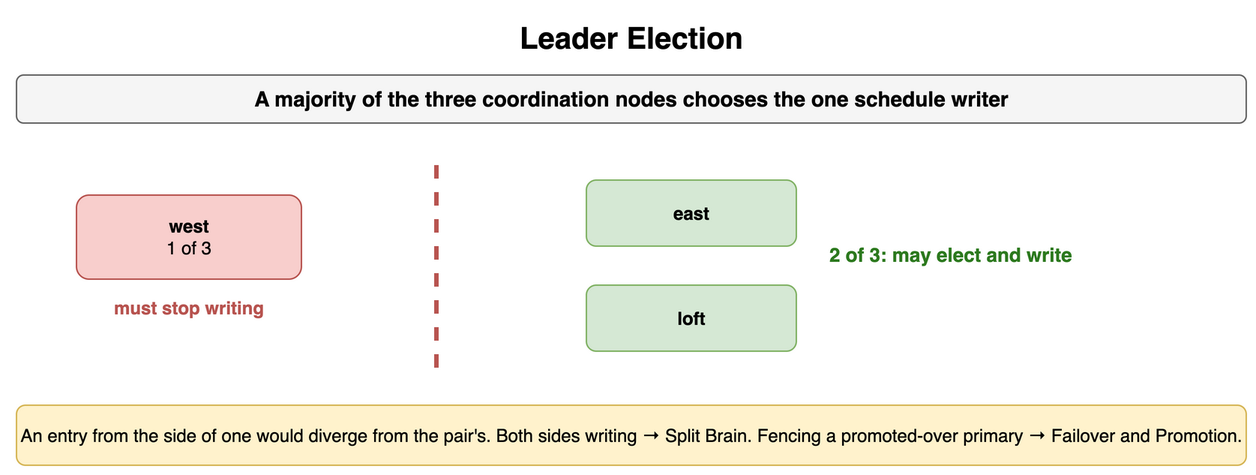
Earlier version of the draw.io export content/09_System_Design_Interview/16_Transactions_and_Concurrency_Control/diagrams/transactions-7-leader-election.png (amendez13/swe-study-guide). Source tidied: cells renumbered, new cells last; positions are measured from the earlier drawing's top-left corner, leaving out a move shared by most shapes.
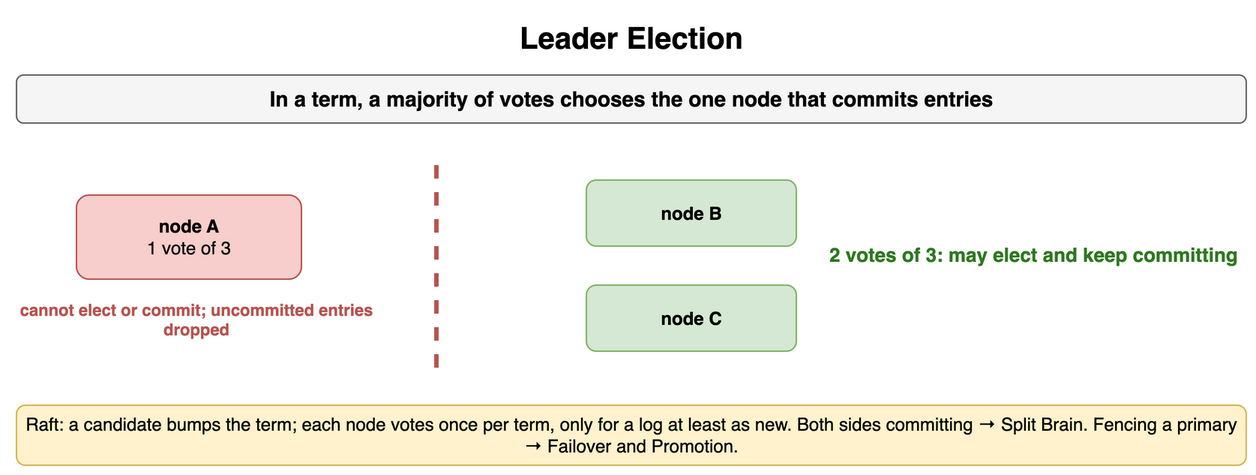
The same file after the commit.

Change to the diagram source:
```diff
@@ -5,10 +5,10 @@
     <mxCell id="2" value="Leader Election" style="text;html=1;align=center;verticalAlign=middle;whiteSpace=wrap;fontSize=20;fontStyle=1;" parent="1" vertex="1">
       <mxGeometry width="820" height="30" as="geometry" />
     </mxCell>
-    <mxCell id="3" value="A majority of the three coordination nodes chooses the one schedule writer" style="rounded=1;whiteSpace=wrap;html=1;fillColor=#f5f5f5;strokeColor=#666666;fontStyle=1;fontSize=14;" parent="1" vertex="1">
+    <mxCell id="3" value="In a term, a majority of votes chooses the one node that commits entries" style="rounded=1;whiteSpace=wrap;html=1;fillColor=#f5f5f5;strokeColor=#666666;fontStyle=1;fontSize=14;" parent="1" vertex="1">
       <mxGeometry y="40" width="820" height="32" as="geometry" />
     </mxCell>
-    <mxCell id="4" value="west&lt;br&gt;&lt;span style='font-weight:normal'&gt;1 of 3&lt;/span&gt;" style="rounded=1;whiteSpace=wrap;html=1;fillColor=#f8cecc;strokeColor=#b85450;fontSize=12;align=center;fontStyle=1;" parent="1" vertex="1">
+    <mxCell id="4" value="node A&lt;br&gt;&lt;span style='font-weight:normal'&gt;1 vote of 3&lt;/span&gt;" style="rounded=1;whiteSpace=wrap;html=1;fillColor=#f8cecc;strokeColor=#b85450;fontSize=12;align=center;fontStyle=1;" parent="1" vertex="1">
       <mxGeometry x="40" y="120" width="150" height="56" as="geometry" />
     </mxCell>
     <mxCell id="5" style="endArrow=none;html=1;strokeColor=#b85450;strokeWidth=3;dashed=1;" parent="1" edge="1">
@@ -17,19 +17,19 @@
         <mxPoint x="280" y="240" as="targetPoint" />
       </mxGeometry>
     </mxCell>
-    <mxCell id="6" value="east" style="rounded=1;whiteSpace=wrap;html=1;fillColor=#d5e8d4;strokeColor=#82b366;fontSize=12;align=center;fontStyle=1;" parent="1" vertex="1">
+    <mxCell id="6" value="node B" style="rounded=1;whiteSpace=wrap;html=1;fillColor=#d5e8d4;strokeColor=#82b366;fontSize=12;align=center;fontStyle=1;" parent="1" vertex="1">
       <mxGeometry x="380" y="110" width="140" height="44" as="geometry" />
     </mxCell>
-    <mxCell id="7" value="loft" style="rounded=1;whiteSpace=wrap;html=1;fillColor=#d5e8d4;strokeColor=#82b366;fontSize=12;align=center;fontStyle=1;" parent="1" vertex="1">
+    <mxCell id="7" value="node C" style="rounded=1;whiteSpace=wrap;html=1;fillColor=#d5e8d4;strokeColor=#82b366;fontSize=12;align=center;fontStyle=1;" parent="1" vertex="1">
       <mxGeometry x="380" y="180" width="140" height="44" as="geometry" />
     </mxCell>
-    <mxCell id="8" value="2 of 3: may elect and write" style="text;html=1;whiteSpace=wrap;fontSize=11;align=left;verticalAlign=middle;fontSize=13;fontColor=#2d7a1f;fontStyle=1;" parent="1" vertex="1">
-      <mxGeometry x="540" y="140" width="280" height="40" as="geometry" />
+    <mxCell id="8" value="2 votes of 3: may elect and keep committing" style="text;html=1;whiteSpace=wrap;fontSize=11;align=left;verticalAlign=middle;fontSize=13;fontColor=#2d7a1f;fontStyle=1;" parent="1" vertex="1">
+      <mxGeometry x="540" y="130" width="280" height="60" as="geometry" />
     </mxCell>
-    <mxCell id="9" value="must stop writing" style="text;html=1;whiteSpace=wrap;fontSize=11;align=center;verticalAlign=middle;fontSize=12;fontColor=#b85450;fontStyle=1;" parent="1" vertex="1">
-      <mxGeometry x="40" y="186" width="150" height="18" as="geometry" />
+    <mxCell id="9" value="cannot elect or commit; uncommitted entries dropped" style="text;html=1;whiteSpace=wrap;fontSize=11;align=center;verticalAlign=middle;fontSize=11;fontColor=#b85450;fontStyle=1;" parent="1" vertex="1">
+      <mxGeometry y="186" width="240" height="34" as="geometry" />
     </mxCell>
-    <mxCell id="10" value="An entry from the side of one would diverge from the pair's. Both sides writing → Split Brain. Fencing a promoted-over primary → Failover and Promotion." style="rounded=1;whiteSpace=wrap;html=1;fillColor=#fff2cc;strokeColor=#d6b656;fontSize=12;align=center;" parent="1" vertex="1">
+    <mxCell id="10" value="Raft: a candidate bumps the term; each node votes once per term, only for a log at least as new. Both sides committing → Split Brain. Fencing a primary → Failover and Promotion." style="rounded=1;whiteSpace=wrap;html=1;fillColor=#fff2cc;strokeColor=#d6b656;fontSize=12;align=center;" parent="1" vertex="1">
       <mxGeometry y="260" width="820" height="40" as="geometry" />
     </mxCell>
   </root>
```
